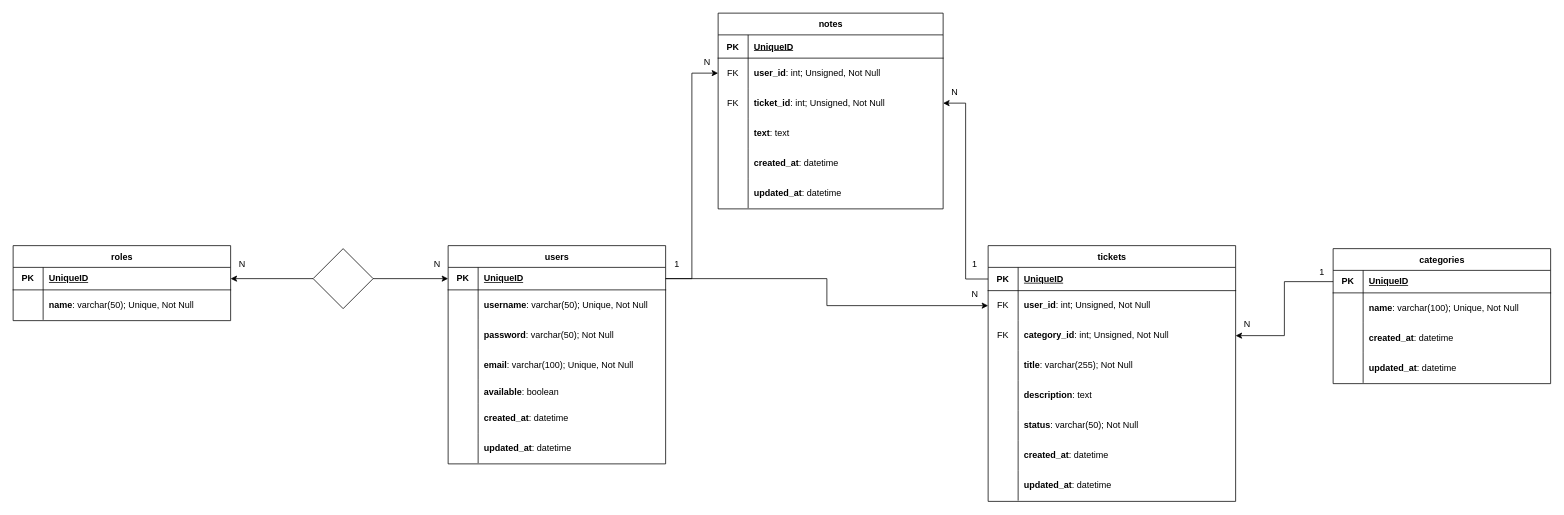
Before: ticket-platform.drawio in giogiosgr/ticket-platform, a draw.io diagram. Source tidied: cells renumbered, new cells numbered last; positions are measured from the earlier drawing's top-left corner, leaving out a move shared by most shapes. Both pictures are drawn from the tidied source at 75%, with x=0, y=0 at pixel (13, 13).
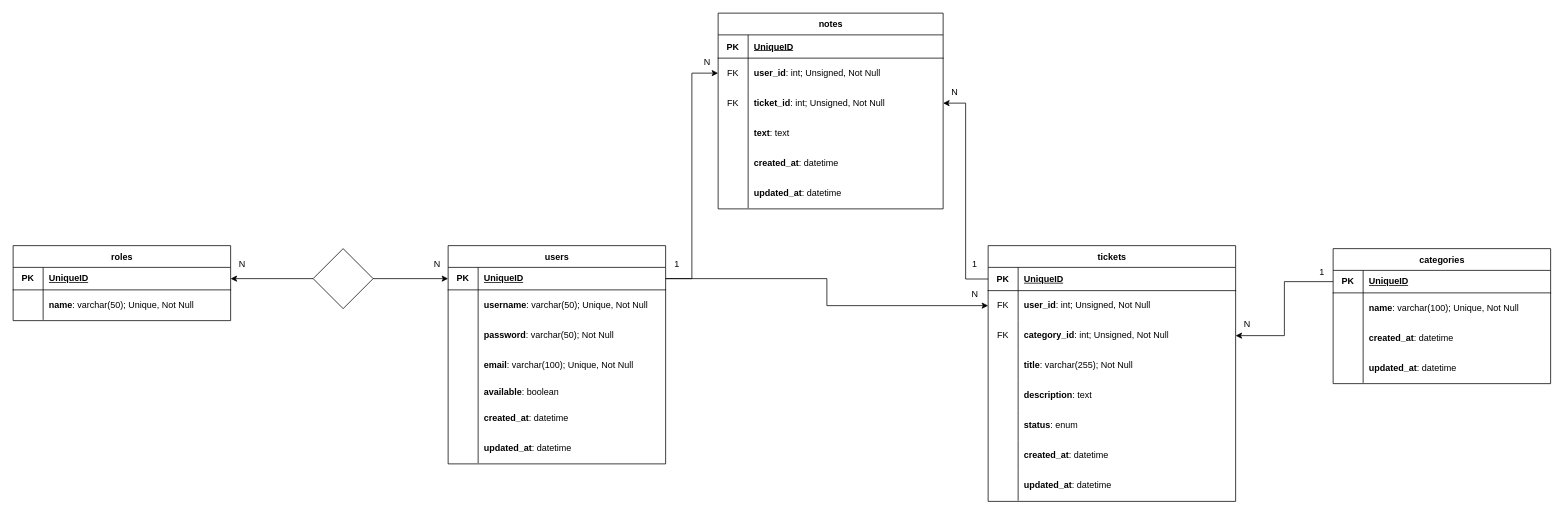
After the change.

The change refers to these unchanged cells:
```xml
<mxCell id="40" style="shape=tableRow;horizontal=0;startSize=0;swimlaneHead=0;swimlaneBody=0;fillColor=none;top=0;left=0;right=0;bottom=0;" parent="24" vertex="1">
  <mxGeometry y="220" width="330" height="40" as="geometry" />
</mxCell>
```

What changed in the source:
```diff
@@
-    <mxCell id="42" value="&lt;b&gt;status&lt;/b&gt;: varchar(50); Not Null&lt;b&gt;&amp;nbsp;&lt;/b&gt;" style="shape=partialRectangle;fillColor=none;top=0;left=0;bottom=0;right=0;align=left;spacingLeft=6;overflow=hidden;whiteSpace=wrap;html=1;" parent="40" vertex="1">
+    <mxCell id="42" value="&lt;b&gt;status&lt;/b&gt;: enum" style="shape=partialRectangle;fillColor=none;top=0;left=0;bottom=0;right=0;align=left;spacingLeft=6;overflow=hidden;whiteSpace=wrap;html=1;" parent="40" vertex="1">
       <mxGeometry x="40" width="290" height="40" as="geometry" />
     </mxCell>
```
